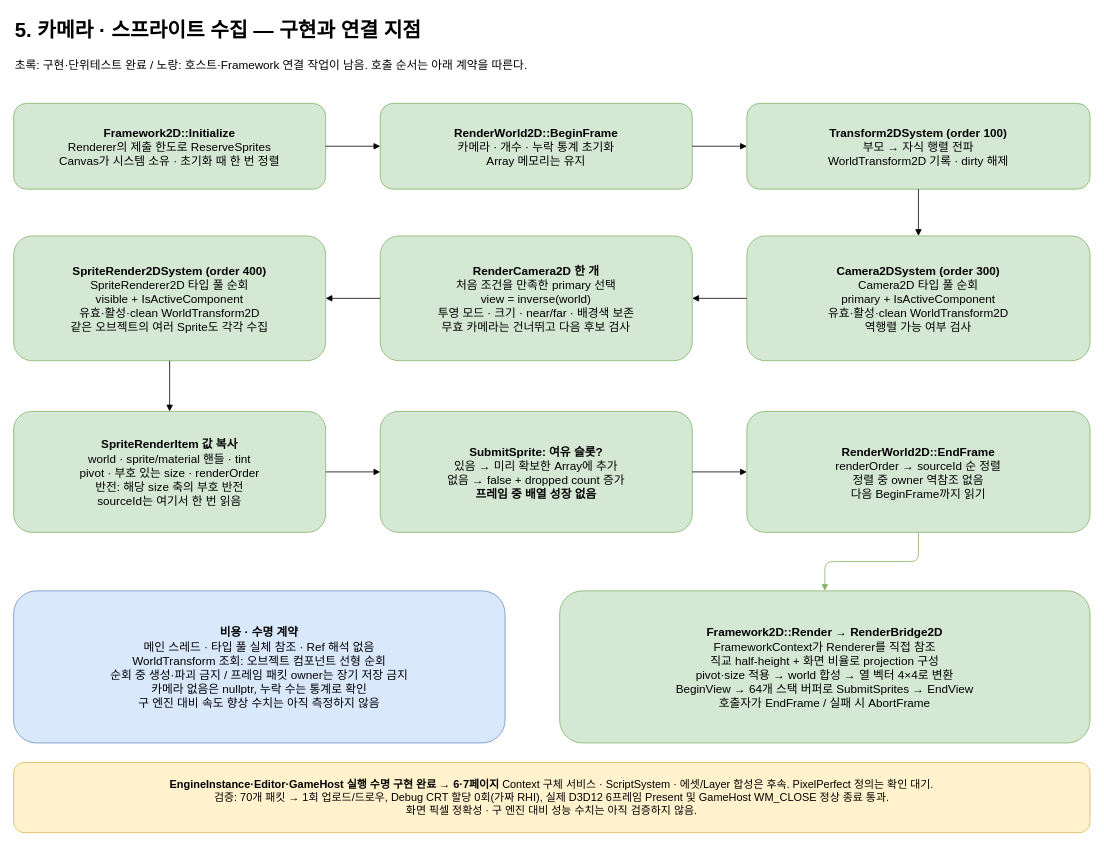
Before: page "5. 2D render extraction" (5 of 9) of docs/JBroEngine.drawio.xml in taku7664/JBroEngine, a draw.io diagram. Source tidied: cells renumbered, new cells numbered last; positions are measured from the earlier drawing's top-left corner, leaving out a move shared by most shapes. Both pictures are drawn from the tidied source at 78%, with x=0, y=0 at pixel (13, 13).
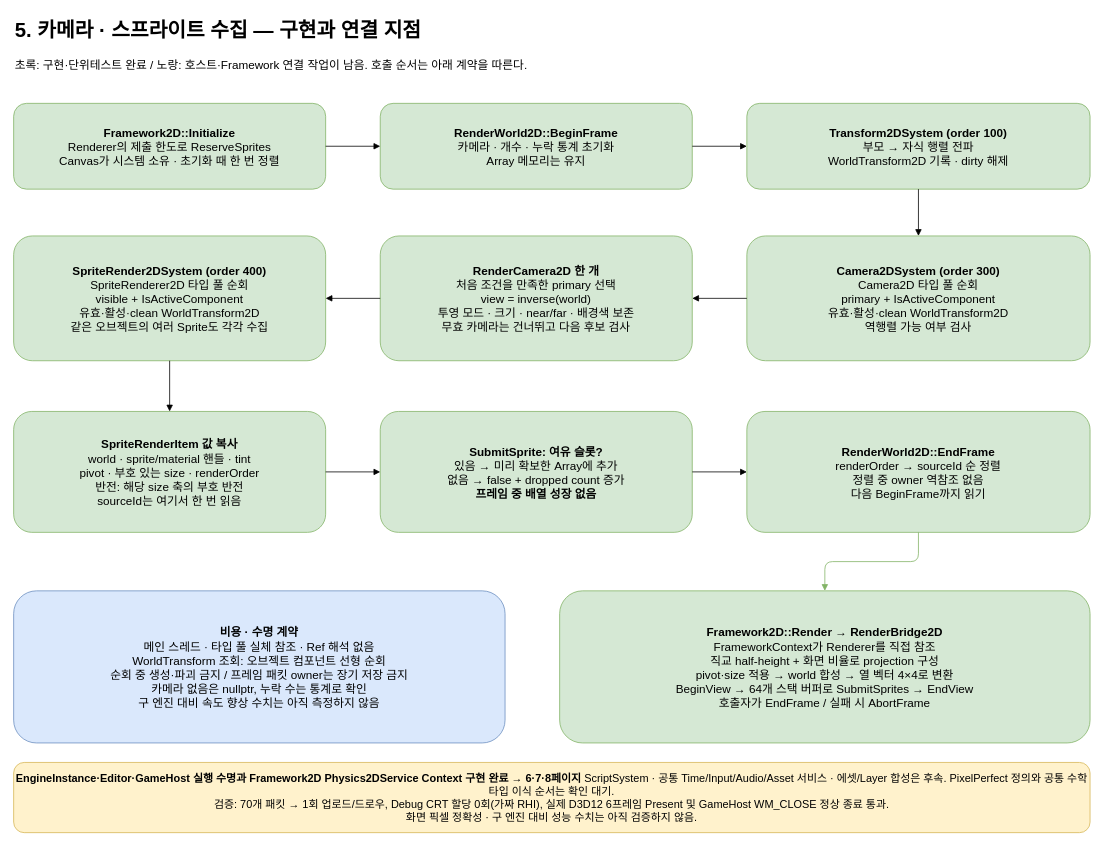
The same diagram, later.

The edit, as a diff of the source:
```diff
@@
-    <mxCell id="24" value="&lt;b&gt;EngineInstance·Editor·GameHost 실행 수명 구현 완료 → 6·7페이지&lt;/b&gt; Context 구체 서비스 · ScriptSystem · 에셋/Layer 합성은 후속. PixelPerfect 정의는 확인 대기.&lt;br&gt;검증: 70개 패킷 → 1회 업로드/드로우, Debug CRT 할당 0회(가짜 RHI), 실제 D3D12 6프레임 Present 및 GameHost WM_CLOSE 정상 종료 통과.&lt;br&gt;화면 픽셀 정확성 · 구 엔진 대비 성능 수치는 아직 검증하지 않음." style="rounded=1;whiteSpace=wrap;html=1;fillColor=#fff2cc;strokeColor=#d6b656;fontSize=14;" parent="1" vertex="1">
+    <mxCell id="24" value="&lt;b&gt;EngineInstance·Editor·GameHost 실행 수명과 Framework2D Physics2DService Context 구현 완료 → 6·7·8페이지&lt;/b&gt; ScriptSystem · 공통 Time/Input/Audio/Asset 서비스 · 에셋/Layer 합성은 후속. PixelPerfect 정의와 공통 수학 타입 이식 순서는 확인 대기.&lt;br&gt;검증: 70개 패킷 → 1회 업로드/드로우, Debug CRT 할당 0회(가짜 RHI), 실제 D3D12 6프레임 Present 및 GameHost WM_CLOSE 정상 종료 통과.&lt;br&gt;화면 픽셀 정확성 · 구 엔진 대비 성능 수치는 아직 검증하지 않음." style="rounded=1;whiteSpace=wrap;html=1;fillColor=#fff2cc;strokeColor=#d6b656;fontSize=14;" parent="1" vertex="1">
       <mxGeometry y="960" width="1380" height="90" as="geometry" />
     </mxCell>
```
